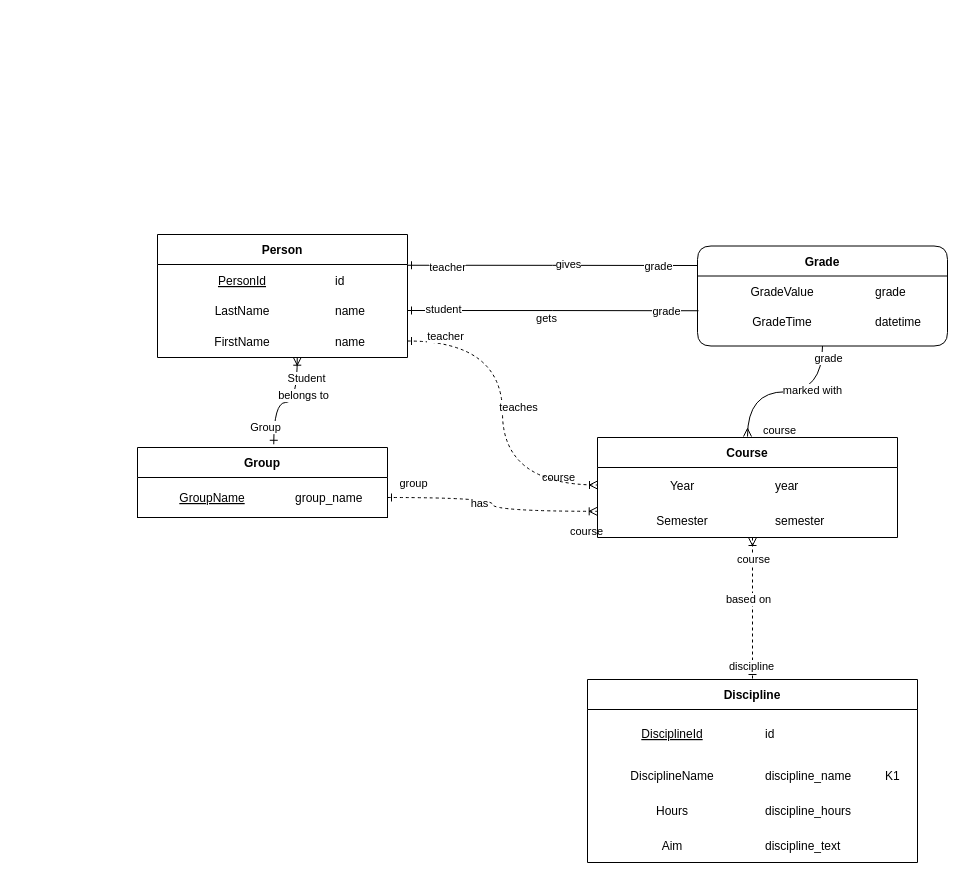
Before: university_ERM.drawio in agatiks/generation, a draw.io diagram. Source tidied: cells renumbered, new cells numbered last; positions are measured from the earlier drawing's top-left corner, leaving out a move shared by most shapes. Both pictures are drawn from the tidied source at 100%, with x=0, y=0 at pixel (137, 234).
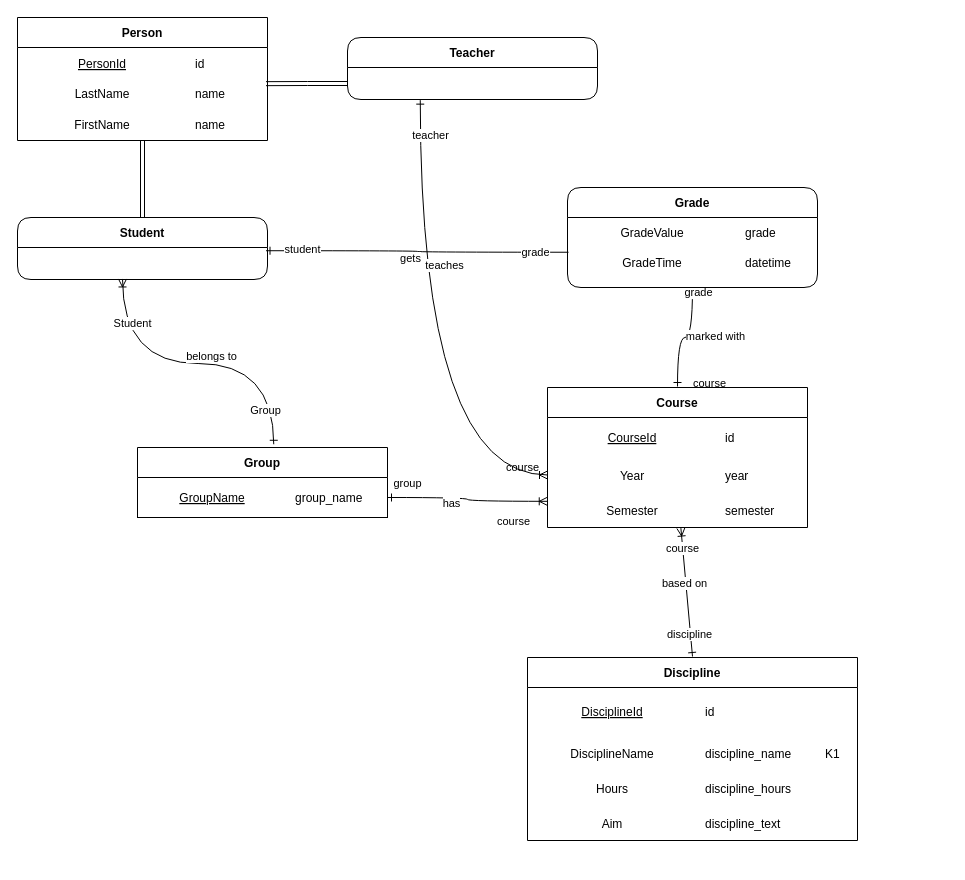
After the change.

The change refers to these unchanged cells:
```xml
<mxCell id="14" style="shape=partialRectangle;fillColor=none;points=[[0,0.5],[1,0.5]];portConstraint=eastwest;top=0;left=0;right=0;bottom=0;" parent="10" vertex="1">
  <mxGeometry y="62" width="250" height="28" as="geometry" />
</mxCell>
<mxCell id="17" style="shape=partialRectangle;fillColor=none;points=[[0,0.5],[1,0.5]];portConstraint=eastwest;top=0;left=0;right=0;bottom=0;" parent="10" vertex="1">
  <mxGeometry y="90" width="250" height="33" as="geometry" />
</mxCell>
<mxCell id="41" value="Group" style="shape=table;startSize=30;childLayout=tableLayout;rowLines=0;fontStyle=1;align=center;columnLines=0;" parent="1" vertex="1">
  <mxGeometry y="213" width="250" height="70" as="geometry" />
</mxCell>
<mxCell id="42" style="shape=partialRectangle;fillColor=none;points=[[0,0.5],[1,0.5]];portConstraint=eastwest;top=0;left=0;right=0;bottom=1;" parent="41" vertex="1">
  <mxGeometry y="30" width="250" height="40" as="geometry" />
</mxCell>
<mxCell id="57" style="shape=partialRectangle;fillColor=none;points=[[0,0.5],[1,0.5]];portConstraint=eastwest;top=0;left=0;right=0;bottom=0;" parent="53" vertex="1">
  <mxGeometry y="60" width="250" height="30" as="geometry" />
</mxCell>
```

Diff of the diagram source:
```diff
@@
-    <mxCell id="2" style="edgeStyle=orthogonalEdgeStyle;curved=1;rounded=0;jettySize=auto;html=1;startArrow=ERoneToMany;startFill=0;endArrow=ERone;endFill=0;entryX=0.545;entryY=-0.046;entryDx=0;entryDy=0;exitX=0.559;exitY=0.991;exitDx=0;exitDy=0;entryPerimeter=0;exitPerimeter=0;" parent="1" edge="1" source="17" target="41">
+    <mxCell id="2" style="edgeStyle=orthogonalEdgeStyle;curved=1;rounded=0;jettySize=auto;html=1;startArrow=ERoneToMany;startFill=0;endArrow=ERone;endFill=0;entryX=0.545;entryY=-0.046;entryDx=0;entryDy=0;entryPerimeter=0;exitX=0.42;exitY=0.983;exitDx=0;exitDy=0;exitPerimeter=0;" parent="1" edge="1" source="90" target="41">
       <mxGeometry relative="1" as="geometry" />
     </mxCell>
@@
-    <mxCell id="6" style="edgeStyle=orthogonalEdgeStyle;curved=1;rounded=0;jettySize=auto;html=1;exitX=1;exitY=0.25;exitDx=0;exitDy=0;endArrow=none;endFill=0;startArrow=ERone;startFill=0;" parent="1" edge="1" source="10">
-      <mxGeometry relative="1" as="geometry">
-        <mxPoint x="560" y="31" as="targetPoint" />
-      </mxGeometry>
-    </mxCell>
-    <mxCell id="7" value="teacher" style="edgeLabel;html=1;align=center;verticalAlign=middle;" parent="6" vertex="1">
-      <mxGeometry x="-0.58" y="-16" relative="1" as="geometry">
-        <mxPoint x="-21" y="-14" as="offset" />
-      </mxGeometry>
-    </mxCell>
-    <mxCell id="8" value="gives" style="edgeLabel;html=1;align=center;verticalAlign=middle;" parent="6" vertex="1">
-      <mxGeometry x="0.11" y="-2" relative="1" as="geometry">
-        <mxPoint y="-4" as="offset" />
-      </mxGeometry>
-    </mxCell>
-    <mxCell id="9" value="grade" style="edgeLabel;html=1;align=center;verticalAlign=middle;" parent="6" vertex="1">
-      <mxGeometry x="0.85" relative="1" as="geometry">
-        <mxPoint x="-18" as="offset" />
-      </mxGeometry>
-    </mxCell>
+    <mxCell id="81" style="edgeStyle=orthogonalEdgeStyle;curved=1;rounded=0;jettySize=auto;html=1;entryX=0.5;entryY=0;entryDx=0;entryDy=0;shape=link;" parent="1" edge="1" source="10" target="89">
+      <mxGeometry relative="1" as="geometry" />
+    </mxCell>
     <mxCell id="10" value="Person" style="shape=table;startSize=30;childLayout=tableLayout;rowLines=0;fontStyle=1;align=center;columnLines=0;" parent="1" vertex="1">
-      <mxGeometry x="20" width="250" height="123" as="geometry" />
+      <mxGeometry x="-120" y="-217" width="250" height="123" as="geometry" />
     </mxCell>
@@
-    <mxCell id="20" style="edgeStyle=orthogonalEdgeStyle;curved=1;rounded=0;jettySize=auto;html=1;exitX=0.5;exitY=0;exitDx=0;exitDy=0;endArrow=none;endFill=0;startArrow=ERmany;startFill=0;" parent="1" edge="1" source="68" target="53">
+    <mxCell id="20" style="edgeStyle=orthogonalEdgeStyle;curved=1;rounded=0;jettySize=auto;html=1;exitX=0.5;exitY=0;exitDx=0;exitDy=0;endArrow=none;endFill=0;startArrow=ERone;startFill=0;" parent="1" edge="1" source="68" target="53">
       <mxGeometry relative="1" as="geometry" />
     </mxCell>
@@
     <mxCell id="24" value="Discipline" style="shape=table;startSize=30;childLayout=tableLayout;rowLines=0;fontStyle=1;align=center;strokeColor=default;perimeterSpacing=1;strokeWidth=1;swimlaneLine=1;columnLines=0;rounded=0;" parent="1" vertex="1">
-      <mxGeometry x="450" y="445" width="330" height="183" as="geometry" />
+      <mxGeometry x="390" y="423" width="330" height="183" as="geometry" />
     </mxCell>
@@
-    <mxCell id="45" style="edgeStyle=orthogonalEdgeStyle;rounded=0;jettySize=auto;html=1;exitX=1;exitY=0.5;exitDx=0;exitDy=0;endArrow=ERoneToMany;endFill=0;curved=1;startArrow=ERone;startFill=0;entryX=-0.001;entryY=0.252;entryDx=0;entryDy=0;entryPerimeter=0;dashed=1;" parent="1" edge="1" source="42" target="73">
+    <mxCell id="45" style="edgeStyle=orthogonalEdgeStyle;rounded=0;jettySize=auto;html=1;exitX=1;exitY=0.5;exitDx=0;exitDy=0;endArrow=ERoneToMany;endFill=0;curved=1;startArrow=ERone;startFill=0;entryX=-0.001;entryY=0.252;entryDx=0;entryDy=0;entryPerimeter=0;" parent="1" edge="1" source="42" target="73">
       <mxGeometry relative="1" as="geometry" />
     </mxCell>
@@
-    <mxCell id="49" style="edgeStyle=orthogonalEdgeStyle;curved=1;rounded=0;jettySize=auto;html=1;exitX=1;exitY=0.5;exitDx=0;exitDy=0;endArrow=ERoneToMany;endFill=0;startArrow=ERone;startFill=0;entryX=0;entryY=0.5;entryDx=0;entryDy=0;dashed=1;" parent="1" edge="1" source="17" target="69">
+    <mxCell id="49" style="edgeStyle=orthogonalEdgeStyle;curved=1;rounded=0;jettySize=auto;html=1;endArrow=ERoneToMany;endFill=0;startArrow=ERone;startFill=0;entryX=0;entryY=0.5;entryDx=0;entryDy=0;exitX=0.291;exitY=1.02;exitDx=0;exitDy=0;exitPerimeter=0;" parent="1" edge="1" source="86" target="69">
       <mxGeometry relative="1" as="geometry" />
     </mxCell>
@@
     <mxCell id="51" value="teaches" style="edgeLabel;html=1;align=center;verticalAlign=middle;" parent="49" vertex="1">
       <mxGeometry x="-0.05" y="-5" relative="1" as="geometry">
-        <mxPoint x="20" y="2" as="offset" />
+        <mxPoint x="29" y="-73" as="offset" />
       </mxGeometry>
     </mxCell>
@@
     <mxCell id="53" value="Grade" style="shape=table;startSize=30;childLayout=tableLayout;rowLines=0;fontStyle=1;align=center;rounded=1;columnLines=0;" parent="1" vertex="1">
-      <mxGeometry x="560" y="11.5" width="250" height="100" as="geometry" />
+      <mxGeometry x="430" y="-47" width="250" height="100" as="geometry" />
     </mxCell>
@@
-    <mxCell id="64" style="rounded=0;jettySize=auto;html=1;entryX=0.5;entryY=0;entryDx=0;entryDy=0;endArrow=ERone;endFill=0;startArrow=ERoneToMany;startFill=0;targetPerimeterSpacing=-1;dashed=1;" parent="1" edge="1" target="24">
-      <mxGeometry relative="1" as="geometry">
-        <mxPoint x="615" y="303" as="sourcePoint" />
-      </mxGeometry>
+    <mxCell id="64" style="rounded=0;jettySize=auto;html=1;entryX=0.5;entryY=0;entryDx=0;entryDy=0;endArrow=ERone;endFill=0;startArrow=ERoneToMany;startFill=0;targetPerimeterSpacing=-1;exitX=0.513;exitY=1.017;exitDx=0;exitDy=0;exitPerimeter=0;" parent="1" edge="1" source="73" target="24">
+      <mxGeometry relative="1" as="geometry" />
     </mxCell>
@@
     <mxCell id="67" value="discipline" style="edgeLabel;html=1;align=center;verticalAlign=middle;" parent="64" vertex="1">
-      <mxGeometry x="0.81" y="-2" relative="1" as="geometry" />
+      <mxGeometry x="0.81" y="-2" relative="1" as="geometry">
+        <mxPoint y="-11" as="offset" />
+      </mxGeometry>
     </mxCell>
     <mxCell id="68" value="Course" style="shape=table;startSize=30;childLayout=tableLayout;rowLines=0;fontStyle=1;align=center;strokeColor=default;perimeterSpacing=1;strokeWidth=1;swimlaneLine=1;columnLines=0;rounded=0;" parent="1" vertex="1">
-      <mxGeometry x="460" y="203" width="300" height="100" as="geometry" />
+      <mxGeometry x="410" y="153" width="260" height="140" as="geometry" />
     </mxCell>
+    <mxCell id="82" style="shape=partialRectangle;fillColor=none;top=0;left=0;right=0;bottom=0;" parent="68" vertex="1">
+      <mxGeometry y="30" width="260" height="40" as="geometry" />
+    </mxCell>
+    <mxCell id="83" value="CourseId" style="shape=partialRectangle;overflow=hidden;fillColor=none;top=0;left=0;bottom=0;right=0;strokeColor=inherit;fontStyle=4;" parent="82" vertex="1">
+      <mxGeometry width="170" height="40" as="geometry" />
+    </mxCell>
+    <mxCell id="84" value="id" style="shape=partialRectangle;overflow=hidden;fillColor=none;top=0;left=0;bottom=0;right=0;align=left;spacingLeft=6;perimeterSpacing=4;strokeColor=default;strokeWidth=0;" parent="82" vertex="1">
+      <mxGeometry x="170" width="90" height="40" as="geometry" />
+    </mxCell>
     <mxCell id="69" style="shape=partialRectangle;fillColor=none;points=[[0,0.5],[1,0.5]];portConstraint=eastwest;top=0;left=0;right=0;bottom=0;" parent="68" vertex="1">
-      <mxGeometry y="30" width="300" height="35" as="geometry" />
+      <mxGeometry y="70" width="260" height="35" as="geometry" />
     </mxCell>
@@
-    <mxCell id="72" style="shape=partialRectangle;overflow=hidden;fillColor=none;top=0;left=0;bottom=0;right=0;align=left;spacingLeft=6;perimeterSpacing=4;strokeColor=default;strokeWidth=0;" parent="69" vertex="1">
-      <mxGeometry x="260" width="40" height="35" as="geometry" />
-    </mxCell>
     <mxCell id="73" style="shape=partialRectangle;fillColor=none;points=[[0,0.5],[1,0.5]];portConstraint=eastwest;top=0;left=0;right=0;bottom=0;" parent="68" vertex="1">
-      <mxGeometry y="65" width="300" height="35" as="geometry" />
+      <mxGeometry y="105" width="260" height="35" as="geometry" />
     </mxCell>
@@
-    <mxCell id="76" style="shape=partialRectangle;overflow=hidden;fillColor=none;top=0;left=0;bottom=0;right=0;align=left;spacingLeft=6;perimeterSpacing=4;strokeColor=default;strokeWidth=0;" parent="73" vertex="1">
-      <mxGeometry x="260" width="40" height="35" as="geometry" />
-    </mxCell>
-    <mxCell id="77" style="edgeStyle=orthogonalEdgeStyle;curved=1;rounded=0;jettySize=auto;html=1;exitX=1;exitY=0.5;exitDx=0;exitDy=0;entryX=0.004;entryY=0.158;entryDx=0;entryDy=0;entryPerimeter=0;endArrow=none;endFill=0;startArrow=ERone;startFill=0;" parent="1" edge="1" source="14" target="57">
+    <mxCell id="77" style="edgeStyle=orthogonalEdgeStyle;curved=1;rounded=0;jettySize=auto;html=1;entryX=0.004;entryY=0.158;entryDx=0;entryDy=0;entryPerimeter=0;endArrow=none;endFill=0;startArrow=ERone;startFill=0;exitX=0.994;exitY=0.101;exitDx=0;exitDy=0;exitPerimeter=0;" parent="1" edge="1" source="90" target="57">
       <mxGeometry relative="1" as="geometry" />
     </mxCell>
@@
+    <mxCell id="85" value="Teacher" style="shape=table;startSize=30;childLayout=tableLayout;rowLines=0;fontStyle=1;align=center;columnLines=0;rounded=1;" parent="1" vertex="1">
+      <mxGeometry x="210" y="-197" width="250" height="62" as="geometry" />
+    </mxCell>
+    <mxCell id="86" style="shape=partialRectangle;fillColor=none;points=[[0,0.5],[1,0.5]];portConstraint=eastwest;top=0;left=0;right=0;bottom=0;" parent="85" vertex="1">
+      <mxGeometry y="30" width="250" height="32" as="geometry" />
+    </mxCell>
+    <mxCell id="87" style="shape=partialRectangle;overflow=hidden;fillColor=none;top=0;left=0;bottom=0;right=0;fontStyle=4;" parent="86" vertex="1">
+      <mxGeometry width="170" height="32" as="geometry" />
+    </mxCell>
+    <mxCell id="88" style="shape=partialRectangle;overflow=hidden;fillColor=none;top=0;left=0;bottom=0;right=0;align=left;spacingLeft=6;" parent="86" vertex="1">
+      <mxGeometry x="170" width="80" height="32" as="geometry" />
+    </mxCell>
+    <mxCell id="89" value="Student" style="shape=table;startSize=30;childLayout=tableLayout;rowLines=0;fontStyle=1;align=center;columnLines=0;rounded=1;" parent="1" vertex="1">
+      <mxGeometry x="-120" y="-17" width="250" height="62" as="geometry" />
+    </mxCell>
+    <mxCell id="90" style="shape=partialRectangle;fillColor=none;points=[[0,0.5],[1,0.5]];portConstraint=eastwest;top=0;left=0;right=0;bottom=0;" parent="89" vertex="1">
+      <mxGeometry y="30" width="250" height="32" as="geometry" />
+    </mxCell>
+    <mxCell id="91" style="shape=partialRectangle;overflow=hidden;fillColor=none;top=0;left=0;bottom=0;right=0;fontStyle=4;" parent="90" vertex="1">
+      <mxGeometry width="170" height="32" as="geometry" />
+    </mxCell>
+    <mxCell id="92" style="shape=partialRectangle;overflow=hidden;fillColor=none;top=0;left=0;bottom=0;right=0;align=left;spacingLeft=6;" parent="90" vertex="1">
+      <mxGeometry x="170" width="80" height="32" as="geometry" />
+    </mxCell>
+    <mxCell id="93" style="edgeStyle=orthogonalEdgeStyle;curved=1;rounded=0;jettySize=auto;html=1;entryX=0.994;entryY=0.149;entryDx=0;entryDy=0;entryPerimeter=0;shape=link;" parent="1" edge="1" source="86" target="14">
+      <mxGeometry relative="1" as="geometry" />
+    </mxCell>
```
